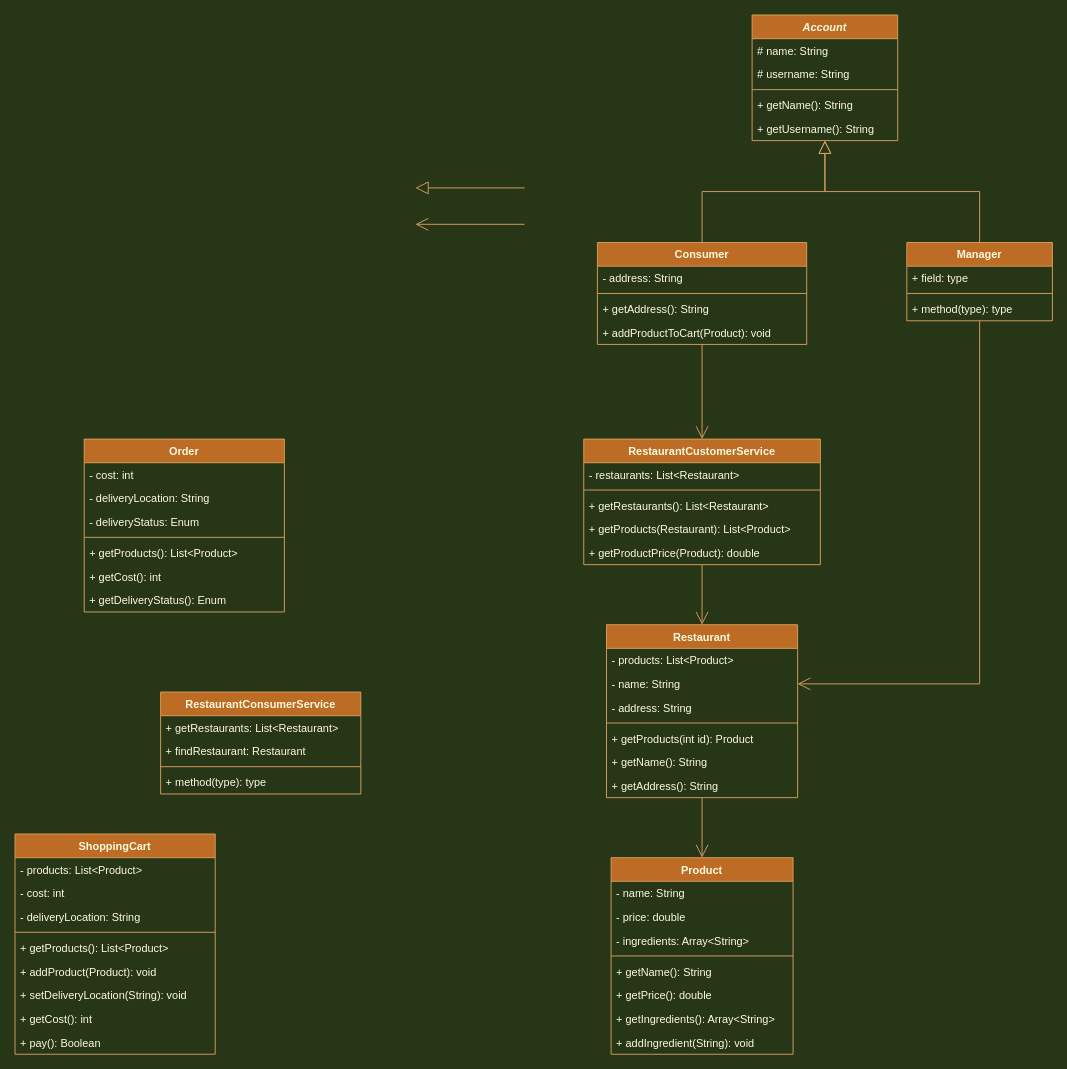
AWAProjectT35/awa-documentation keeps this draw.io diagram as UML/AWA_UML_Class.drawio. Above is the earlier version. Source tidied: cells renumbered, new cells numbered last; positions are measured from the earlier drawing's top-left corner, leaving out a move shared by most shapes. Both pictures are drawn from the tidied source at 91%, with x=0, y=0 at pixel (15, 15).
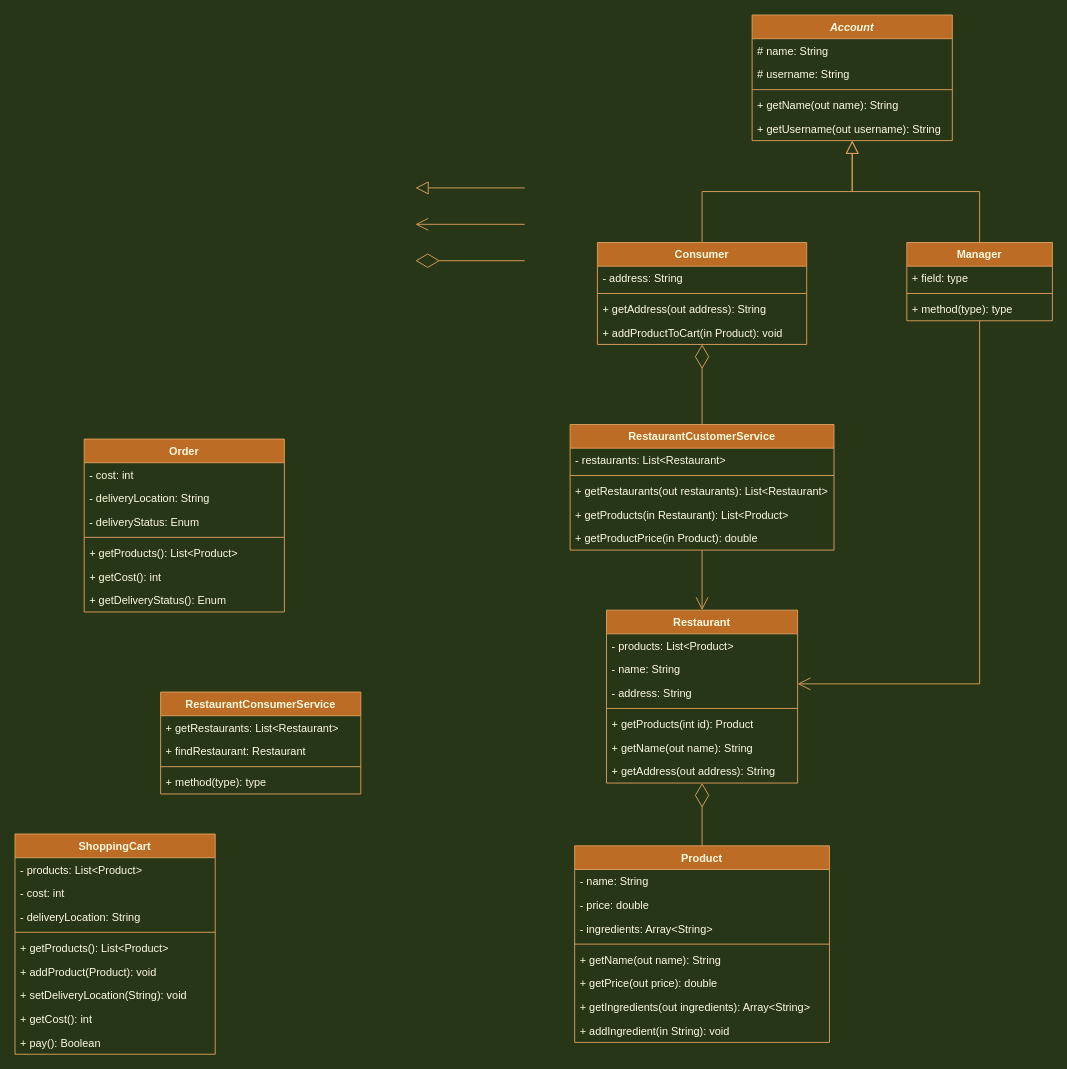
After the change.

Commit message (it also covers changes not shown here):
UML Class Diagram: in out variables

The change refers to these unchanged cells:
```xml
<mxCell id="9" value="Consumer" style="swimlane;fontStyle=1;align=center;verticalAlign=top;horizontal=1;startSize=26;rounded=0;shadow=0;glass=0;labelBorderColor=none;strokeColor=#DDA15E;fillColor=#BC6C25;fontColor=#FEFAE0;" parent="1" vertex="1">
  <mxGeometry x="640" y="250" width="230" height="112" as="geometry" />
</mxCell>
```

Change to the diagram source:
```diff
@@
     <mxCell id="3" value="Account" style="swimlane;fontStyle=3;align=center;verticalAlign=top;horizontal=1;startSize=26;rounded=0;shadow=0;glass=0;labelBorderColor=none;strokeColor=#DDA15E;fillColor=#BC6C25;fontColor=#FEFAE0;" parent="1" vertex="1">
-      <mxGeometry x="810" width="160" height="138" as="geometry" />
+      <mxGeometry x="810" width="220" height="138" as="geometry" />
     </mxCell>
     <mxCell id="4" value="# name: String" style="text;strokeColor=none;fillColor=none;align=left;verticalAlign=top;spacingLeft=4;spacingRight=4;overflow=hidden;rounded=0;shadow=0;glass=0;labelBorderColor=none;fontColor=#FEFAE0;" parent="3" vertex="1">
-      <mxGeometry y="26" width="160" height="26" as="geometry" />
+      <mxGeometry y="26" width="220" height="26" as="geometry" />
     </mxCell>
     <mxCell id="5" value="# username: String" style="text;strokeColor=none;fillColor=none;align=left;verticalAlign=top;spacingLeft=4;spacingRight=4;overflow=hidden;rounded=0;shadow=0;glass=0;labelBorderColor=none;fontColor=#FEFAE0;" parent="3" vertex="1">
-      <mxGeometry y="52" width="160" height="26" as="geometry" />
+      <mxGeometry y="52" width="220" height="26" as="geometry" />
     </mxCell>
     <mxCell id="6" style="line;strokeWidth=1;fillColor=none;align=left;verticalAlign=middle;spacingTop=-1;spacingLeft=3;spacingRight=3;labelPosition=right;rounded=0;shadow=0;glass=0;labelBorderColor=none;labelBackgroundColor=#283618;strokeColor=#DDA15E;fontColor=#FEFAE0;" parent="3" vertex="1">
-      <mxGeometry y="78" width="160" height="8" as="geometry" />
+      <mxGeometry y="78" width="220" height="8" as="geometry" />
     </mxCell>
-    <mxCell id="7" value="+ getName(): String" style="text;strokeColor=none;fillColor=none;align=left;verticalAlign=top;spacingLeft=4;spacingRight=4;overflow=hidden;rounded=0;shadow=0;glass=0;labelBorderColor=none;fontColor=#FEFAE0;" parent="3" vertex="1">
-      <mxGeometry y="86" width="160" height="26" as="geometry" />
+    <mxCell id="7" value="+ getName(out name): String" style="text;strokeColor=none;fillColor=none;align=left;verticalAlign=top;spacingLeft=4;spacingRight=4;overflow=hidden;rounded=0;shadow=0;glass=0;labelBorderColor=none;fontColor=#FEFAE0;" parent="3" vertex="1">
+      <mxGeometry y="86" width="220" height="26" as="geometry" />
     </mxCell>
-    <mxCell id="8" value="+ getUsername(): String" style="text;strokeColor=none;fillColor=none;align=left;verticalAlign=top;spacingLeft=4;spacingRight=4;overflow=hidden;rounded=0;shadow=0;glass=0;labelBorderColor=none;fontColor=#FEFAE0;" parent="3" vertex="1">
-      <mxGeometry y="112" width="160" height="26" as="geometry" />
+    <mxCell id="8" value="+ getUsername(out username): String" style="text;strokeColor=none;fillColor=none;align=left;verticalAlign=top;spacingLeft=4;spacingRight=4;overflow=hidden;rounded=0;shadow=0;glass=0;labelBorderColor=none;fontColor=#FEFAE0;" parent="3" vertex="1">
+      <mxGeometry y="112" width="220" height="26" as="geometry" />
     </mxCell>
@@
-    <mxCell id="12" value="+ getAddress(): String" style="text;strokeColor=none;fillColor=none;align=left;verticalAlign=top;spacingLeft=4;spacingRight=4;overflow=hidden;rounded=0;shadow=0;glass=0;labelBorderColor=none;fontColor=#FEFAE0;" parent="9" vertex="1">
+    <mxCell id="12" value="+ getAddress(out address): String" style="text;strokeColor=none;fillColor=none;align=left;verticalAlign=top;spacingLeft=4;spacingRight=4;overflow=hidden;rounded=0;shadow=0;glass=0;labelBorderColor=none;fontColor=#FEFAE0;" parent="9" vertex="1">
       <mxGeometry y="60" width="230" height="26" as="geometry" />
     </mxCell>
-    <mxCell id="13" value="+ addProductToCart(Product): void" style="text;strokeColor=none;fillColor=none;align=left;verticalAlign=top;spacingLeft=4;spacingRight=4;overflow=hidden;rounded=0;shadow=0;glass=0;labelBorderColor=none;fontColor=#FEFAE0;" parent="9" vertex="1">
+    <mxCell id="13" value="+ addProductToCart(in Product): void" style="text;strokeColor=none;fillColor=none;align=left;verticalAlign=top;spacingLeft=4;spacingRight=4;overflow=hidden;rounded=0;shadow=0;glass=0;labelBorderColor=none;fontColor=#FEFAE0;" parent="9" vertex="1">
       <mxGeometry y="86" width="230" height="26" as="geometry" />
     </mxCell>
@@
     <mxCell id="18" value="Product" style="swimlane;fontStyle=1;align=center;verticalAlign=top;horizontal=1;startSize=26;rounded=0;shadow=0;glass=0;labelBorderColor=none;strokeColor=#DDA15E;fillColor=#BC6C25;fontColor=#FEFAE0;" parent="1" vertex="1">
-      <mxGeometry x="655" y="926" width="200" height="216" as="geometry" />
+      <mxGeometry x="615" y="913" width="280" height="216" as="geometry" />
     </mxCell>
     <mxCell id="19" value="- name: String" style="text;strokeColor=none;fillColor=none;align=left;verticalAlign=top;spacingLeft=4;spacingRight=4;overflow=hidden;rounded=0;shadow=0;glass=0;labelBorderColor=none;fontColor=#FEFAE0;" parent="18" vertex="1">
-      <mxGeometry y="26" width="200" height="26" as="geometry" />
+      <mxGeometry y="26" width="280" height="26" as="geometry" />
     </mxCell>
     <mxCell id="20" value="- price: double" style="text;strokeColor=none;fillColor=none;align=left;verticalAlign=top;spacingLeft=4;spacingRight=4;overflow=hidden;rounded=0;shadow=0;glass=0;labelBorderColor=none;fontColor=#FEFAE0;" parent="18" vertex="1">
-      <mxGeometry y="52" width="200" height="26" as="geometry" />
+      <mxGeometry y="52" width="280" height="26" as="geometry" />
     </mxCell>
     <mxCell id="21" value="- ingredients: Array&lt;String&gt;" style="text;strokeColor=none;fillColor=none;align=left;verticalAlign=top;spacingLeft=4;spacingRight=4;overflow=hidden;rounded=0;shadow=0;glass=0;labelBorderColor=none;fontColor=#FEFAE0;" parent="18" vertex="1">
-      <mxGeometry y="78" width="200" height="26" as="geometry" />
+      <mxGeometry y="78" width="280" height="26" as="geometry" />
     </mxCell>
     <mxCell id="22" style="line;strokeWidth=1;fillColor=none;align=left;verticalAlign=middle;spacingTop=-1;spacingLeft=3;spacingRight=3;labelPosition=right;rounded=0;shadow=0;glass=0;labelBorderColor=none;labelBackgroundColor=#283618;strokeColor=#DDA15E;fontColor=#FEFAE0;" parent="18" vertex="1">
-      <mxGeometry y="104" width="200" height="8" as="geometry" />
+      <mxGeometry y="104" width="280" height="8" as="geometry" />
     </mxCell>
-    <mxCell id="23" value="+ getName(): String" style="text;strokeColor=none;fillColor=none;align=left;verticalAlign=top;spacingLeft=4;spacingRight=4;overflow=hidden;rounded=0;shadow=0;glass=0;labelBorderColor=none;fontColor=#FEFAE0;" parent="18" vertex="1">
-      <mxGeometry y="112" width="200" height="26" as="geometry" />
+    <mxCell id="23" value="+ getName(out name): String" style="text;strokeColor=none;fillColor=none;align=left;verticalAlign=top;spacingLeft=4;spacingRight=4;overflow=hidden;rounded=0;shadow=0;glass=0;labelBorderColor=none;fontColor=#FEFAE0;" parent="18" vertex="1">
+      <mxGeometry y="112" width="280" height="26" as="geometry" />
     </mxCell>
-    <mxCell id="24" value="+ getPrice(): double" style="text;strokeColor=none;fillColor=none;align=left;verticalAlign=top;spacingLeft=4;spacingRight=4;overflow=hidden;rounded=0;shadow=0;glass=0;labelBorderColor=none;fontColor=#FEFAE0;" parent="18" vertex="1">
-      <mxGeometry y="138" width="200" height="26" as="geometry" />
+    <mxCell id="24" value="+ getPrice(out price): double" style="text;strokeColor=none;fillColor=none;align=left;verticalAlign=top;spacingLeft=4;spacingRight=4;overflow=hidden;rounded=0;shadow=0;glass=0;labelBorderColor=none;fontColor=#FEFAE0;" parent="18" vertex="1">
+      <mxGeometry y="138" width="280" height="26" as="geometry" />
     </mxCell>
-    <mxCell id="25" value="+ getIngredients(): Array&lt;String&gt;" style="text;strokeColor=none;fillColor=none;align=left;verticalAlign=top;spacingLeft=4;spacingRight=4;overflow=hidden;rounded=0;shadow=0;glass=0;labelBorderColor=none;fontColor=#FEFAE0;" parent="18" vertex="1">
-      <mxGeometry y="164" width="200" height="26" as="geometry" />
+    <mxCell id="25" value="+ getIngredients(out ingredients): Array&lt;String&gt;" style="text;strokeColor=none;fillColor=none;align=left;verticalAlign=top;spacingLeft=4;spacingRight=4;overflow=hidden;rounded=0;shadow=0;glass=0;labelBorderColor=none;fontColor=#FEFAE0;" parent="18" vertex="1">
+      <mxGeometry y="164" width="280" height="26" as="geometry" />
     </mxCell>
-    <mxCell id="26" value="+ addIngredient(String): void" style="text;strokeColor=none;fillColor=none;align=left;verticalAlign=top;spacingLeft=4;spacingRight=4;overflow=hidden;rounded=0;shadow=0;glass=0;labelBorderColor=none;fontColor=#FEFAE0;" parent="18" vertex="1">
-      <mxGeometry y="190" width="200" height="26" as="geometry" />
+    <mxCell id="26" value="+ addIngredient(in String): void" style="text;strokeColor=none;fillColor=none;align=left;verticalAlign=top;spacingLeft=4;spacingRight=4;overflow=hidden;rounded=0;shadow=0;glass=0;labelBorderColor=none;fontColor=#FEFAE0;" parent="18" vertex="1">
+      <mxGeometry y="190" width="280" height="26" as="geometry" />
     </mxCell>
@@
     <mxCell id="32" value="Restaurant" style="swimlane;fontStyle=1;align=center;verticalAlign=top;horizontal=1;startSize=26;rounded=0;shadow=0;glass=0;labelBorderColor=none;strokeColor=#DDA15E;fillColor=#BC6C25;fontColor=#FEFAE0;" parent="1" vertex="1">
-      <mxGeometry x="650" y="670" width="210" height="190" as="geometry" />
+      <mxGeometry x="650" y="654" width="210" height="190" as="geometry" />
     </mxCell>
@@
-    <mxCell id="38" value="+ getName(): String" style="text;strokeColor=none;fillColor=none;align=left;verticalAlign=top;spacingLeft=4;spacingRight=4;overflow=hidden;rounded=0;shadow=0;glass=0;labelBorderColor=none;fontColor=#FEFAE0;" parent="32" vertex="1">
+    <mxCell id="38" value="+ getName(out name): String" style="text;strokeColor=none;fillColor=none;align=left;verticalAlign=top;spacingLeft=4;spacingRight=4;overflow=hidden;rounded=0;shadow=0;glass=0;labelBorderColor=none;fontColor=#FEFAE0;" parent="32" vertex="1">
       <mxGeometry y="138" width="210" height="26" as="geometry" />
     </mxCell>
-    <mxCell id="39" value="+ getAddress(): String" style="text;strokeColor=none;fillColor=none;align=left;verticalAlign=top;spacingLeft=4;spacingRight=4;overflow=hidden;rounded=0;shadow=0;glass=0;labelBorderColor=none;fontColor=#FEFAE0;" parent="32" vertex="1">
+    <mxCell id="39" value="+ getAddress(out address): String" style="text;strokeColor=none;fillColor=none;align=left;verticalAlign=top;spacingLeft=4;spacingRight=4;overflow=hidden;rounded=0;shadow=0;glass=0;labelBorderColor=none;fontColor=#FEFAE0;" parent="32" vertex="1">
       <mxGeometry y="164" width="210" height="26" as="geometry" />
     </mxCell>
@@
-    <mxCell id="59" style="endArrow=open;endFill=1;endSize=12;html=1;rounded=0;edgeStyle=orthogonalEdgeStyle;labelBackgroundColor=#283618;strokeColor=#DDA15E;fontColor=#FEFAE0;" parent="1" edge="1" source="32" target="18">
-      <mxGeometry relative="1" as="geometry" />
-    </mxCell>
     <mxCell id="60" value="RestaurantCustomerService" style="swimlane;fontStyle=1;align=center;verticalAlign=top;horizontal=1;startSize=26;rounded=0;shadow=0;glass=0;labelBorderColor=none;strokeColor=#DDA15E;fillColor=#BC6C25;fontColor=#FEFAE0;" parent="1" vertex="1">
-      <mxGeometry x="625" y="466" width="260" height="138" as="geometry" />
+      <mxGeometry x="610" y="450" width="290" height="138" as="geometry" />
     </mxCell>
     <mxCell id="61" value="- restaurants: List&lt;Restaurant&gt;" style="text;strokeColor=none;fillColor=none;align=left;verticalAlign=top;spacingLeft=4;spacingRight=4;overflow=hidden;rounded=0;shadow=0;glass=0;labelBorderColor=none;fontColor=#FEFAE0;" parent="60" vertex="1">
-      <mxGeometry y="26" width="260" height="26" as="geometry" />
+      <mxGeometry y="26" width="290" height="26" as="geometry" />
     </mxCell>
     <mxCell id="62" style="line;strokeWidth=1;fillColor=none;align=left;verticalAlign=middle;spacingTop=-1;spacingLeft=3;spacingRight=3;labelPosition=right;rounded=0;shadow=0;glass=0;labelBorderColor=none;labelBackgroundColor=#283618;strokeColor=#DDA15E;fontColor=#FEFAE0;" parent="60" vertex="1">
-      <mxGeometry y="52" width="260" height="8" as="geometry" />
+      <mxGeometry y="52" width="290" height="8" as="geometry" />
     </mxCell>
-    <mxCell id="63" value="+ getRestaurants(): List&lt;Restaurant&gt;" style="text;strokeColor=none;fillColor=none;align=left;verticalAlign=top;spacingLeft=4;spacingRight=4;overflow=hidden;rounded=0;shadow=0;glass=0;labelBorderColor=none;fontColor=#FEFAE0;" parent="60" vertex="1">
-      <mxGeometry y="60" width="260" height="26" as="geometry" />
+    <mxCell id="63" value="+ getRestaurants(out restaurants): List&lt;Restaurant&gt;" style="text;strokeColor=none;fillColor=none;align=left;verticalAlign=top;spacingLeft=4;spacingRight=4;overflow=hidden;rounded=0;shadow=0;glass=0;labelBorderColor=none;fontColor=#FEFAE0;" parent="60" vertex="1">
+      <mxGeometry y="60" width="290" height="26" as="geometry" />
     </mxCell>
-    <mxCell id="64" value="+ getProducts(Restaurant): List&lt;Product&gt;" style="text;strokeColor=none;fillColor=none;align=left;verticalAlign=top;spacingLeft=4;spacingRight=4;overflow=hidden;rounded=0;shadow=0;glass=0;labelBorderColor=none;fontColor=#FEFAE0;" parent="60" vertex="1">
-      <mxGeometry y="86" width="260" height="26" as="geometry" />
+    <mxCell id="64" value="+ getProducts(in Restaurant): List&lt;Product&gt;" style="text;strokeColor=none;fillColor=none;align=left;verticalAlign=top;spacingLeft=4;spacingRight=4;overflow=hidden;rounded=0;shadow=0;glass=0;labelBorderColor=none;fontColor=#FEFAE0;" parent="60" vertex="1">
+      <mxGeometry y="86" width="290" height="26" as="geometry" />
     </mxCell>
-    <mxCell id="65" value="+ getProductPrice(Product): double" style="text;strokeColor=none;fillColor=none;align=left;verticalAlign=top;spacingLeft=4;spacingRight=4;overflow=hidden;rounded=0;shadow=0;glass=0;labelBorderColor=none;fontColor=#FEFAE0;" parent="60" vertex="1">
-      <mxGeometry y="112" width="260" height="26" as="geometry" />
+    <mxCell id="65" value="+ getProductPrice(in Product): double" style="text;strokeColor=none;fillColor=none;align=left;verticalAlign=top;spacingLeft=4;spacingRight=4;overflow=hidden;rounded=0;shadow=0;glass=0;labelBorderColor=none;fontColor=#FEFAE0;" parent="60" vertex="1">
+      <mxGeometry y="112" width="290" height="26" as="geometry" />
     </mxCell>
@@
-    <mxCell id="67" style="endArrow=open;endFill=1;endSize=12;html=1;rounded=0;edgeStyle=orthogonalEdgeStyle;labelBackgroundColor=#283618;strokeColor=#DDA15E;fontColor=#FEFAE0;" parent="1" edge="1" source="9" target="60">
-      <mxGeometry relative="1" as="geometry" />
-    </mxCell>
@@
+    <mxCell id="71" style="endArrow=diamondThin;endFill=0;endSize=24;html=1;rounded=0;edgeStyle=orthogonalEdgeStyle;strokeColor=#DDA15E;" parent="1" edge="1">
+      <mxGeometry relative="1" as="geometry">
+        <mxPoint x="560" y="270" as="sourcePoint" />
+        <mxPoint x="440" y="270" as="targetPoint" />
+      </mxGeometry>
+    </mxCell>
+    <mxCell id="72" style="endArrow=diamondThin;endFill=0;endSize=24;html=1;rounded=0;edgeStyle=orthogonalEdgeStyle;fillColor=#60a917;strokeColor=#DDA15E;" parent="1" edge="1" source="60" target="9">
+      <mxGeometry relative="1" as="geometry" />
+    </mxCell>
+    <mxCell id="73" style="endArrow=diamondThin;endFill=0;endSize=24;html=1;rounded=0;edgeStyle=orthogonalEdgeStyle;strokeColor=#DDA15E;" parent="1" edge="1" source="18" target="32">
+      <mxGeometry relative="1" as="geometry" />
+    </mxCell>
```
